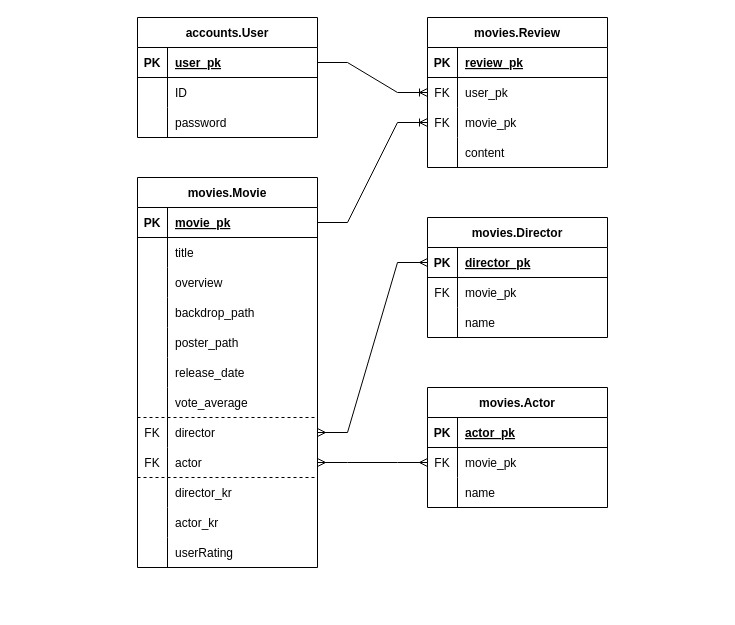
Above: documents/ERD/ERD.drawio in ohmy-Josh/ssafy-final-pjt (draw.io), before the change. Source tidied: cells renumbered, new cells numbered last; positions are measured from the earlier drawing's top-left corner, leaving out a move shared by most shapes. Both pictures are drawn from the tidied source at 100%, with x=0, y=0 at pixel (137, 17).
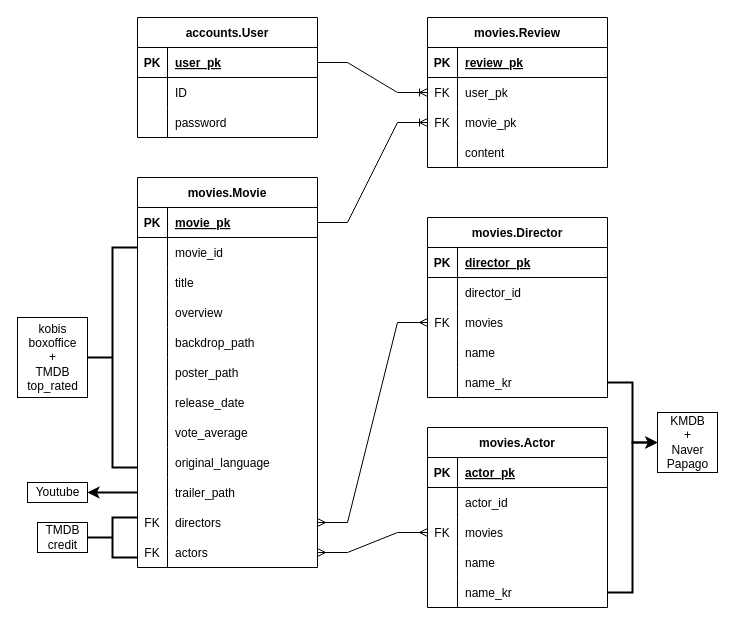
After the change.

The change refers to these unchanged cells:
```xml
<mxCell id="26" value="movies.Movie" style="shape=table;startSize=30;childLayout=tableLayout;rowLines=0;fontStyle=1;align=center;" parent="1" vertex="1">
  <mxGeometry y="160" width="180" height="390" as="geometry" />
</mxCell>
<mxCell id="75" style="shape=tableRow;horizontal=0;startSize=0;swimlaneHead=0;swimlaneBody=0;fillColor=none;points=[[0,0.5],[1,0.5]];portConstraint=eastwest;top=0;left=0;right=0;bottom=1;" parent="74" vertex="1">
  <mxGeometry y="30" width="180" height="30" as="geometry" />
</mxCell>
```

Change to the diagram source:
```diff
@@
+    <mxCell id="88" style="shape=tableRow;horizontal=0;startSize=0;swimlaneHead=0;swimlaneBody=0;fillColor=none;top=0;left=0;right=0;bottom=0;" parent="26" vertex="1">
+      <mxGeometry y="60" width="180" height="30" as="geometry" />
+    </mxCell>
+    <mxCell id="89" style="shape=partialRectangle;fillColor=none;top=0;left=0;bottom=0;right=0;overflow=hidden;" parent="88" vertex="1">
+      <mxGeometry width="30" height="30" as="geometry" />
+    </mxCell>
+    <mxCell id="90" value="movie_id" style="shape=partialRectangle;fillColor=none;top=0;left=0;bottom=0;right=0;align=left;spacingLeft=6;overflow=hidden;" parent="88" vertex="1">
+      <mxGeometry x="30" width="150" height="30" as="geometry" />
+    </mxCell>
     <mxCell id="30" style="shape=tableRow;horizontal=0;startSize=0;swimlaneHead=0;swimlaneBody=0;fillColor=none;top=0;left=0;right=0;bottom=0;" parent="26" vertex="1">
-      <mxGeometry y="60" width="180" height="30" as="geometry" />
+      <mxGeometry y="90" width="180" height="30" as="geometry" />
     </mxCell>
@@
     <mxCell id="33" style="shape=tableRow;horizontal=0;startSize=0;swimlaneHead=0;swimlaneBody=0;fillColor=none;top=0;left=0;right=0;bottom=0;" parent="26" vertex="1">
-      <mxGeometry y="90" width="180" height="30" as="geometry" />
+      <mxGeometry y="120" width="180" height="30" as="geometry" />
     </mxCell>
@@
     <mxCell id="36" style="shape=tableRow;horizontal=0;startSize=0;swimlaneHead=0;swimlaneBody=0;fillColor=none;top=0;left=0;right=0;bottom=0;" parent="26" vertex="1">
-      <mxGeometry y="120" width="180" height="30" as="geometry" />
+      <mxGeometry y="150" width="180" height="30" as="geometry" />
     </mxCell>
@@
     <mxCell id="39" style="shape=tableRow;horizontal=0;startSize=0;swimlaneHead=0;swimlaneBody=0;fillColor=none;top=0;left=0;right=0;bottom=0;" parent="26" vertex="1">
-      <mxGeometry y="150" width="180" height="30" as="geometry" />
+      <mxGeometry y="180" width="180" height="30" as="geometry" />
     </mxCell>
@@
     <mxCell id="42" style="shape=tableRow;horizontal=0;startSize=0;swimlaneHead=0;swimlaneBody=0;fillColor=none;top=0;left=0;right=0;bottom=0;" parent="26" vertex="1">
-      <mxGeometry y="180" width="180" height="30" as="geometry" />
+      <mxGeometry y="210" width="180" height="30" as="geometry" />
     </mxCell>
@@
     <mxCell id="45" style="shape=tableRow;horizontal=0;startSize=0;swimlaneHead=0;swimlaneBody=0;fillColor=none;points=[[0,0.5],[1,0.5]];portConstraint=eastwest;top=0;left=0;right=0;bottom=0;" parent="26" vertex="1">
-      <mxGeometry y="210" width="180" height="30" as="geometry" />
+      <mxGeometry y="240" width="180" height="30" as="geometry" />
     </mxCell>
@@
+    <mxCell id="91" style="shape=tableRow;horizontal=0;startSize=0;swimlaneHead=0;swimlaneBody=0;fillColor=none;top=0;left=0;right=0;bottom=0;" parent="26" vertex="1">
+      <mxGeometry y="270" width="180" height="30" as="geometry" />
+    </mxCell>
+    <mxCell id="92" style="shape=partialRectangle;fillColor=none;top=0;left=0;bottom=0;right=0;overflow=hidden;" parent="91" vertex="1">
+      <mxGeometry width="30" height="30" as="geometry" />
+    </mxCell>
+    <mxCell id="93" value="original_language" style="shape=partialRectangle;fillColor=none;top=0;left=0;bottom=0;right=0;align=left;spacingLeft=6;overflow=hidden;" parent="91" vertex="1">
+      <mxGeometry x="30" width="150" height="30" as="geometry" />
+    </mxCell>
+    <mxCell id="54" style="shape=tableRow;horizontal=0;startSize=0;swimlaneHead=0;swimlaneBody=0;fillColor=none;top=0;left=0;right=0;bottom=0;" parent="26" vertex="1">
+      <mxGeometry y="300" width="180" height="30" as="geometry" />
+    </mxCell>
+    <mxCell id="94" style="shape=partialRectangle;fillColor=none;top=0;left=0;bottom=0;right=0;overflow=hidden;" parent="54" vertex="1">
+      <mxGeometry width="30" height="30" as="geometry" />
+    </mxCell>
+    <mxCell id="95" value="trailer_path" style="shape=partialRectangle;fillColor=none;top=0;left=0;bottom=0;right=0;align=left;spacingLeft=6;overflow=hidden;" parent="54" vertex="1">
+      <mxGeometry x="30" width="150" height="30" as="geometry" />
+    </mxCell>
     <mxCell id="48" style="shape=tableRow;horizontal=0;startSize=0;swimlaneHead=0;swimlaneBody=0;fillColor=none;points=[[0,0.5],[1,0.5]];portConstraint=eastwest;top=0;left=0;right=0;bottom=0;" parent="26" vertex="1">
-      <mxGeometry y="240" width="180" height="30" as="geometry" />
+      <mxGeometry y="330" width="180" height="30" as="geometry" />
     </mxCell>
@@
-    <mxCell id="50" value="director" style="shape=partialRectangle;fillColor=none;top=0;left=0;bottom=0;right=0;align=left;spacingLeft=6;overflow=hidden;" parent="48" vertex="1">
+    <mxCell id="50" value="directors" style="shape=partialRectangle;fillColor=none;top=0;left=0;bottom=0;right=0;align=left;spacingLeft=6;overflow=hidden;" parent="48" vertex="1">
       <mxGeometry x="30" width="150" height="30" as="geometry" />
     </mxCell>
     <mxCell id="51" style="shape=tableRow;horizontal=0;startSize=0;swimlaneHead=0;swimlaneBody=0;fillColor=none;points=[[0,0.5],[1,0.5]];portConstraint=eastwest;top=0;left=0;right=0;bottom=0;" parent="26" vertex="1">
-      <mxGeometry y="270" width="180" height="30" as="geometry" />
+      <mxGeometry y="360" width="180" height="30" as="geometry" />
     </mxCell>
@@
-    <mxCell id="53" value="actor" style="shape=partialRectangle;fillColor=none;top=0;left=0;bottom=0;right=0;align=left;spacingLeft=6;overflow=hidden;" parent="51" vertex="1">
+    <mxCell id="53" value="actors" style="shape=partialRectangle;fillColor=none;top=0;left=0;bottom=0;right=0;align=left;spacingLeft=6;overflow=hidden;" parent="51" vertex="1">
       <mxGeometry x="30" width="150" height="30" as="geometry" />
     </mxCell>
-    <mxCell id="54" style="shape=tableRow;horizontal=0;startSize=0;swimlaneHead=0;swimlaneBody=0;fillColor=none;top=0;left=0;right=0;bottom=0;" parent="26" vertex="1">
-      <mxGeometry y="300" width="180" height="30" as="geometry" />
-    </mxCell>
-    <mxCell id="55" style="shape=partialRectangle;fillColor=none;top=0;left=0;bottom=0;right=0;overflow=hidden;" parent="54" vertex="1">
-      <mxGeometry width="30" height="30" as="geometry" />
-    </mxCell>
-    <mxCell id="56" value="director_kr" style="shape=partialRectangle;fillColor=none;top=0;left=0;bottom=0;right=0;align=left;spacingLeft=6;overflow=hidden;" parent="54" vertex="1">
-      <mxGeometry x="30" width="150" height="30" as="geometry" />
-    </mxCell>
-    <mxCell id="57" style="shape=tableRow;horizontal=0;startSize=0;swimlaneHead=0;swimlaneBody=0;fillColor=none;top=0;left=0;right=0;bottom=0;" parent="26" vertex="1">
-      <mxGeometry y="330" width="180" height="30" as="geometry" />
-    </mxCell>
-    <mxCell id="58" style="shape=partialRectangle;fillColor=none;top=0;left=0;bottom=0;right=0;overflow=hidden;" parent="57" vertex="1">
-      <mxGeometry width="30" height="30" as="geometry" />
-    </mxCell>
-    <mxCell id="59" value="actor_kr" style="shape=partialRectangle;fillColor=none;top=0;left=0;bottom=0;right=0;align=left;spacingLeft=6;overflow=hidden;" parent="57" vertex="1">
-      <mxGeometry x="30" width="150" height="30" as="geometry" />
-    </mxCell>
-    <mxCell id="60" style="shape=tableRow;horizontal=0;startSize=0;swimlaneHead=0;swimlaneBody=0;fillColor=none;top=0;left=0;right=0;bottom=0;" parent="26" vertex="1">
-      <mxGeometry y="360" width="180" height="30" as="geometry" />
-    </mxCell>
-    <mxCell id="61" style="shape=partialRectangle;fillColor=none;top=0;left=0;bottom=0;right=0;overflow=hidden;" parent="60" vertex="1">
-      <mxGeometry width="30" height="30" as="geometry" />
-    </mxCell>
-    <mxCell id="62" value="userRating" style="shape=partialRectangle;fillColor=none;top=0;left=0;bottom=0;right=0;align=left;spacingLeft=6;overflow=hidden;" parent="60" vertex="1">
-      <mxGeometry x="30" width="150" height="30" as="geometry" />
-    </mxCell>
-    <mxCell id="63" style="endArrow=none;dashed=1;html=1;rounded=0;exitX=0;exitY=1;exitDx=0;exitDy=0;exitPerimeter=0;" parent="26" edge="1" source="45">
-      <mxGeometry relative="1" as="geometry">
-        <mxPoint x="180" y="240" as="targetPoint" />
-      </mxGeometry>
-    </mxCell>
     <mxCell id="64" value="movies.Actor" style="shape=table;startSize=30;childLayout=tableLayout;rowLines=0;fontStyle=1;align=center;" parent="1" vertex="1">
-      <mxGeometry x="290" y="370" width="180" height="120" as="geometry" />
+      <mxGeometry x="290" y="410" width="180" height="180" as="geometry" />
     </mxCell>
@@
+    <mxCell id="96" style="shape=tableRow;horizontal=0;startSize=0;swimlaneHead=0;swimlaneBody=0;fillColor=none;top=0;left=0;right=0;bottom=0;" parent="64" vertex="1">
+      <mxGeometry y="60" width="180" height="30" as="geometry" />
+    </mxCell>
+    <mxCell id="97" style="shape=partialRectangle;fillColor=none;top=0;left=0;bottom=0;right=0;overflow=hidden;" parent="96" vertex="1">
+      <mxGeometry width="30" height="30" as="geometry" />
+    </mxCell>
+    <mxCell id="98" value="actor_id" style="shape=partialRectangle;fillColor=none;top=0;left=0;bottom=0;right=0;align=left;spacingLeft=6;overflow=hidden;" parent="96" vertex="1">
+      <mxGeometry x="30" width="150" height="30" as="geometry" />
+    </mxCell>
     <mxCell id="68" style="shape=tableRow;horizontal=0;startSize=0;swimlaneHead=0;swimlaneBody=0;fillColor=none;points=[[0,0.5],[1,0.5]];portConstraint=eastwest;top=0;left=0;right=0;bottom=0;" parent="64" vertex="1">
-      <mxGeometry y="60" width="180" height="30" as="geometry" />
+      <mxGeometry y="90" width="180" height="30" as="geometry" />
     </mxCell>
@@
-    <mxCell id="70" value="movie_pk" style="shape=partialRectangle;fillColor=none;top=0;left=0;bottom=0;right=0;align=left;spacingLeft=6;overflow=hidden;" parent="68" vertex="1">
+    <mxCell id="70" value="movies" style="shape=partialRectangle;fillColor=none;top=0;left=0;bottom=0;right=0;align=left;spacingLeft=6;overflow=hidden;" parent="68" vertex="1">
       <mxGeometry x="30" width="150" height="30" as="geometry" />
     </mxCell>
     <mxCell id="71" style="shape=tableRow;horizontal=0;startSize=0;swimlaneHead=0;swimlaneBody=0;fillColor=none;top=0;left=0;right=0;bottom=0;" parent="64" vertex="1">
-      <mxGeometry y="90" width="180" height="30" as="geometry" />
+      <mxGeometry y="120" width="180" height="30" as="geometry" />
     </mxCell>
@@
+    <mxCell id="99" style="shape=tableRow;horizontal=0;startSize=0;swimlaneHead=0;swimlaneBody=0;fillColor=none;points=[[0,0.5],[1,0.5]];portConstraint=eastwest;top=0;left=0;right=0;bottom=0;" parent="64" vertex="1">
+      <mxGeometry y="150" width="180" height="30" as="geometry" />
+    </mxCell>
+    <mxCell id="100" style="shape=partialRectangle;fillColor=none;top=0;left=0;bottom=0;right=0;overflow=hidden;" parent="99" vertex="1">
+      <mxGeometry width="30" height="30" as="geometry" />
+    </mxCell>
+    <mxCell id="101" value="name_kr" style="shape=partialRectangle;fillColor=none;top=0;left=0;bottom=0;right=0;align=left;spacingLeft=6;overflow=hidden;" parent="99" vertex="1">
+      <mxGeometry x="30" width="150" height="30" as="geometry" />
+    </mxCell>
     <mxCell id="74" value="movies.Director" style="shape=table;startSize=30;childLayout=tableLayout;rowLines=0;fontStyle=1;align=center;" parent="1" vertex="1">
-      <mxGeometry x="290" y="200" width="180" height="120" as="geometry" />
+      <mxGeometry x="290" y="200" width="180" height="180" as="geometry" />
     </mxCell>
@@
+    <mxCell id="102" style="shape=tableRow;horizontal=0;startSize=0;swimlaneHead=0;swimlaneBody=0;fillColor=none;top=0;left=0;right=0;bottom=0;" parent="74" vertex="1">
+      <mxGeometry y="60" width="180" height="30" as="geometry" />
+    </mxCell>
+    <mxCell id="103" style="shape=partialRectangle;fillColor=none;top=0;left=0;bottom=0;right=0;overflow=hidden;" parent="102" vertex="1">
+      <mxGeometry width="30" height="30" as="geometry" />
+    </mxCell>
+    <mxCell id="104" value="director_id" style="shape=partialRectangle;fillColor=none;top=0;left=0;bottom=0;right=0;align=left;spacingLeft=6;overflow=hidden;" parent="102" vertex="1">
+      <mxGeometry x="30" width="150" height="30" as="geometry" />
+    </mxCell>
     <mxCell id="78" style="shape=tableRow;horizontal=0;startSize=0;swimlaneHead=0;swimlaneBody=0;fillColor=none;points=[[0,0.5],[1,0.5]];portConstraint=eastwest;top=0;left=0;right=0;bottom=0;" parent="74" vertex="1">
-      <mxGeometry y="60" width="180" height="30" as="geometry" />
+      <mxGeometry y="90" width="180" height="30" as="geometry" />
     </mxCell>
@@
-    <mxCell id="80" value="movie_pk" style="shape=partialRectangle;fillColor=none;top=0;left=0;bottom=0;right=0;align=left;spacingLeft=6;overflow=hidden;" parent="78" vertex="1">
+    <mxCell id="80" value="movies" style="shape=partialRectangle;fillColor=none;top=0;left=0;bottom=0;right=0;align=left;spacingLeft=6;overflow=hidden;" parent="78" vertex="1">
       <mxGeometry x="30" width="150" height="30" as="geometry" />
     </mxCell>
     <mxCell id="81" style="shape=tableRow;horizontal=0;startSize=0;swimlaneHead=0;swimlaneBody=0;fillColor=none;top=0;left=0;right=0;bottom=0;" parent="74" vertex="1">
-      <mxGeometry y="90" width="180" height="30" as="geometry" />
+      <mxGeometry y="120" width="180" height="30" as="geometry" />
     </mxCell>
@@
+    <mxCell id="105" style="shape=tableRow;horizontal=0;startSize=0;swimlaneHead=0;swimlaneBody=0;fillColor=none;top=0;left=0;right=0;bottom=0;" parent="74" vertex="1">
+      <mxGeometry y="150" width="180" height="30" as="geometry" />
+    </mxCell>
+    <mxCell id="106" style="shape=partialRectangle;fillColor=none;top=0;left=0;bottom=0;right=0;overflow=hidden;" parent="105" vertex="1">
+      <mxGeometry width="30" height="30" as="geometry" />
+    </mxCell>
+    <mxCell id="107" value="name_kr" style="shape=partialRectangle;fillColor=none;top=0;left=0;bottom=0;right=0;align=left;spacingLeft=6;overflow=hidden;" parent="105" vertex="1">
+      <mxGeometry x="30" width="150" height="30" as="geometry" />
+    </mxCell>
-    <mxCell id="84" style="edgeStyle=entityRelationEdgeStyle;fontSize=12;html=1;endArrow=ERmany;startArrow=ERmany;rounded=0;exitX=1;exitY=0.5;exitDx=0;exitDy=0;entryX=0;entryY=0.5;entryDx=0;entryDy=0;" parent="1" edge="1" source="48" target="75">
+    <mxCell id="84" style="edgeStyle=entityRelationEdgeStyle;fontSize=12;html=1;endArrow=ERmany;startArrow=ERmany;rounded=0;exitX=1;exitY=0.5;exitDx=0;exitDy=0;entryX=0;entryY=0.5;entryDx=0;entryDy=0;" parent="1" edge="1" source="48" target="78">
       <mxGeometry relative="1" as="geometry" />
     </mxCell>
@@
-    <mxCell id="87" style="endArrow=none;dashed=1;html=1;rounded=0;exitX=0;exitY=1;exitDx=0;exitDy=0;exitPerimeter=0;" parent="1" edge="1">
-      <mxGeometry relative="1" as="geometry">
-        <mxPoint y="460" as="sourcePoint" />
-        <mxPoint x="180" y="460" as="targetPoint" />
-      </mxGeometry>
-    </mxCell>
+    <mxCell id="108" value="kobis&lt;br&gt;boxoffice&lt;br&gt;+&lt;br&gt;TMDB&lt;br&gt;top_rated" style="text;html=1;align=center;verticalAlign=middle;fillColor=none;strokeColor=default;rounded=0;" parent="1" vertex="1">
+      <mxGeometry x="-120" y="300" width="70" height="80" as="geometry" />
+    </mxCell>
+    <mxCell id="109" style="strokeWidth=2;html=1;shape=mxgraph.flowchart.annotation_2;align=left;labelPosition=right;" parent="1" vertex="1">
+      <mxGeometry x="-50" y="230" width="50" height="220" as="geometry" />
+    </mxCell>
+    <mxCell id="110" value="TMDB&lt;br&gt;credit" style="text;html=1;align=center;verticalAlign=middle;fillColor=none;strokeColor=default;rounded=0;" parent="1" vertex="1">
+      <mxGeometry x="-100" y="505" width="50" height="30" as="geometry" />
+    </mxCell>
+    <mxCell id="111" style="endArrow=classic;html=1;rounded=0;exitX=0;exitY=0.5;exitDx=0;exitDy=0;strokeWidth=2;" parent="1" edge="1">
+      <mxGeometry relative="1" as="geometry">
+        <mxPoint y="475" as="sourcePoint" />
+        <mxPoint x="-50" y="475" as="targetPoint" />
+      </mxGeometry>
+    </mxCell>
+    <mxCell id="112" value="Youtube" style="text;html=1;align=center;verticalAlign=middle;rounded=0;strokeColor=default;" parent="1" vertex="1">
+      <mxGeometry x="-110" y="465" width="60" height="20" as="geometry" />
+    </mxCell>
+    <mxCell id="113" value="KMDB&lt;br&gt;+&lt;br&gt;Naver&lt;br&gt;Papago" style="text;html=1;align=center;verticalAlign=middle;points=[];fillColor=none;strokeColor=default;rounded=0;" parent="1" vertex="1">
+      <mxGeometry x="520" y="395" width="60" height="60" as="geometry" />
+    </mxCell>
+    <mxCell id="114" style="edgeStyle=elbowEdgeStyle;elbow=horizontal;endArrow=classic;html=1;rounded=0;strokeWidth=2;" parent="1" edge="1" target="113">
+      <mxGeometry relative="1" as="geometry">
+        <mxPoint x="470" y="365" as="sourcePoint" />
+      </mxGeometry>
+    </mxCell>
+    <mxCell id="115" style="edgeStyle=elbowEdgeStyle;elbow=horizontal;endArrow=classic;html=1;rounded=0;strokeWidth=2;exitX=1;exitY=0.5;exitDx=0;exitDy=0;" parent="1" edge="1" source="99" target="113">
+      <mxGeometry relative="1" as="geometry" />
+    </mxCell>
+    <mxCell id="116" style="strokeWidth=2;html=1;shape=mxgraph.flowchart.annotation_2;align=left;labelPosition=right;" parent="1" vertex="1">
+      <mxGeometry x="-50" y="500" width="50" height="40" as="geometry" />
+    </mxCell>
```
